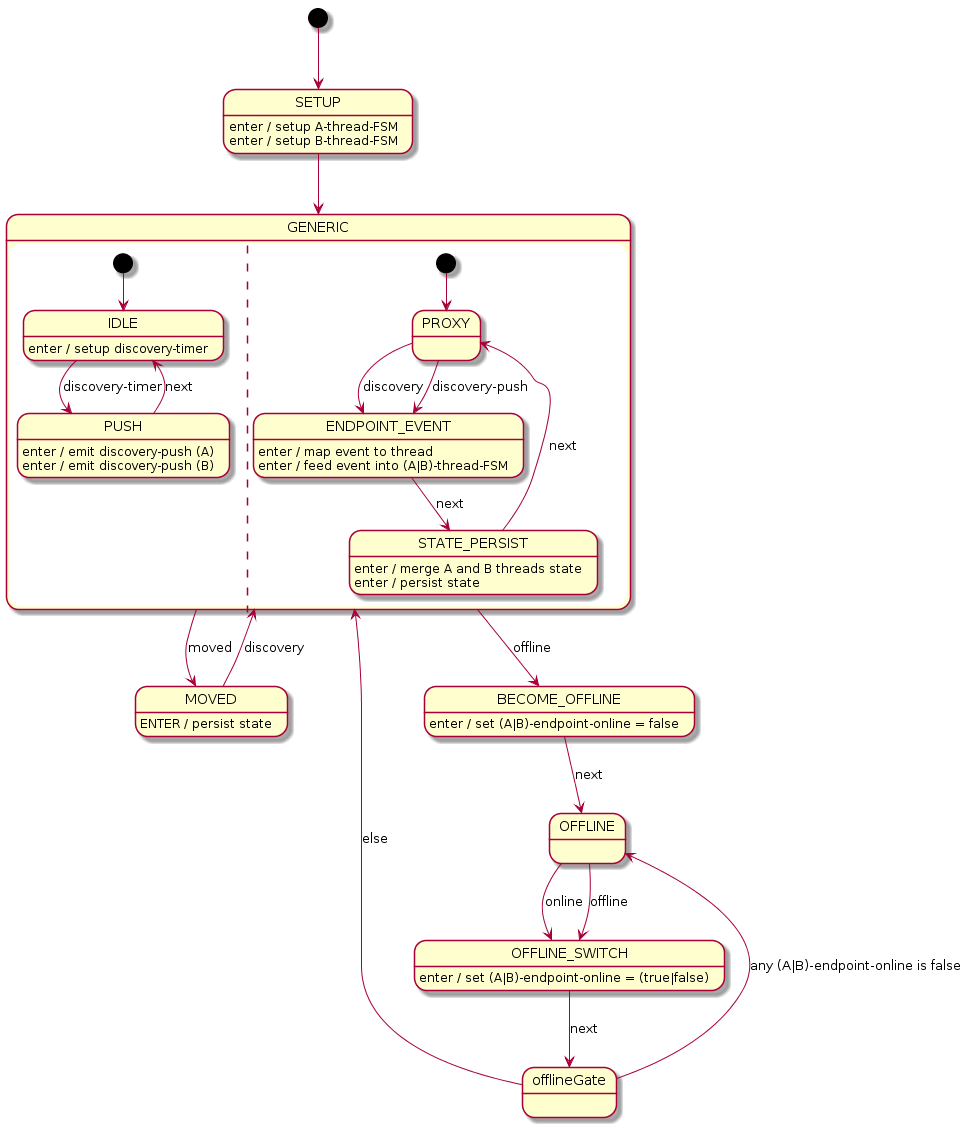
Above: docs/design/network-discovery/ISL-FSM.png in jangwonpark74/open-kilda (PlantUML), before the change. Source of this version:
```plantuml
@startuml
[*] --> SETUP

SETUP --> GENERIC
SETUP : enter / setup A-thread-FSM
SETUP : enter / setup B-thread-FSM

state GENERIC {

    [*] --> IDLE

    IDLE : enter / setup discovery-timer
    IDLE --> PUSH : discovery-timer

    PUSH --> IDLE : next
    PUSH : enter / emit discovery-push (A)
    PUSH : enter / emit discovery-push (B)

    ||

    [*] --> PROXY

    PROXY --> ENDPOINT_EVENT : discovery
    PROXY --> ENDPOINT_EVENT : discovery-push

    ENDPOINT_EVENT --> STATE_PERSIST : next
    ENDPOINT_EVENT : enter / map event to thread
    ENDPOINT_EVENT : enter / feed event into (A|B)-thread-FSM

    STATE_PERSIST --> PROXY : next
    STATE_PERSIST : enter / merge A and B threads state
    STATE_PERSIST : enter / persist state
}

GENERIC --> MOVED : moved
GENERIC --> BECOME_OFFLINE : offline

MOVED --> GENERIC : discovery
MOVED : ENTER / persist state

BECOME_OFFLINE --> OFFLINE : next
BECOME_OFFLINE : enter / set (A|B)-endpoint-online = false

OFFLINE --> OFFLINE_SWITCH : online
OFFLINE --> OFFLINE_SWITCH : offline

OFFLINE_SWITCH --> offlineGate : next
OFFLINE_SWITCH : enter / set (A|B)-endpoint-online = (true|false)

state offlineGate <<choice>>
offlineGate --> OFFLINE : any (A|B)-endpoint-online is false
offlineGate --> GENERIC : else

@enduml
```
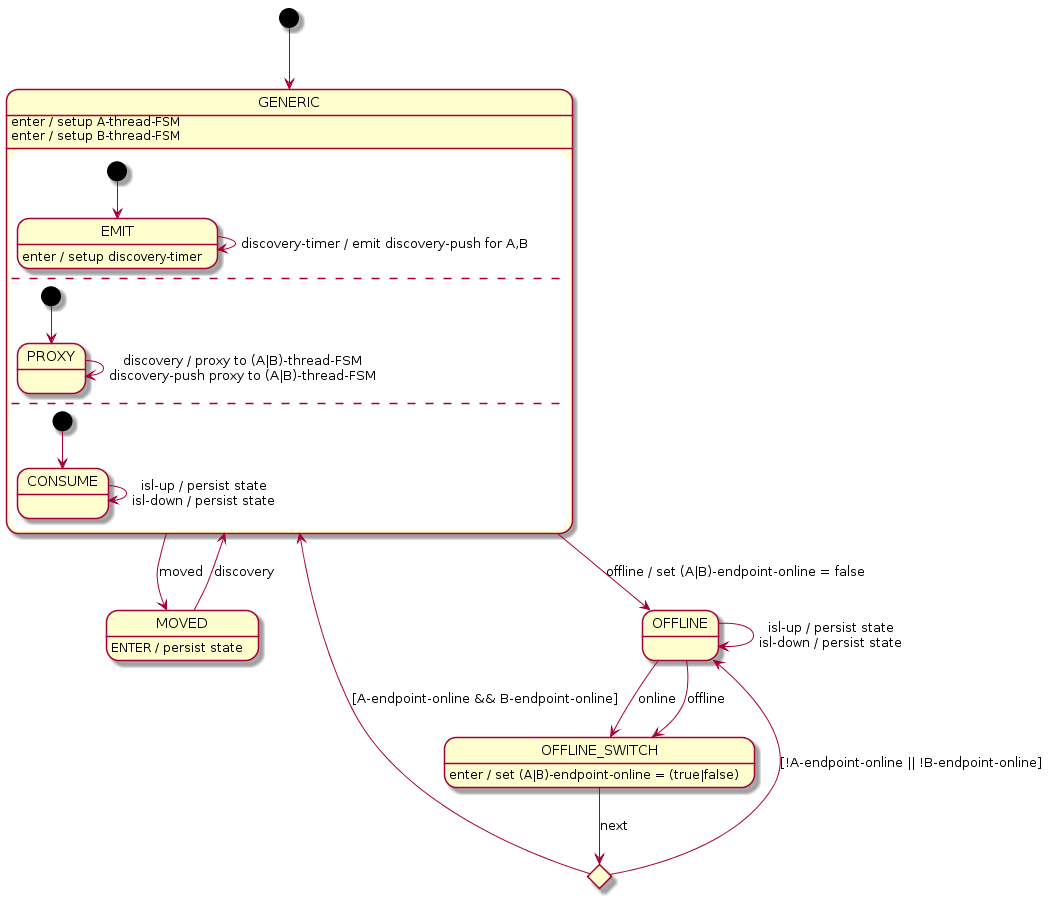
Later version of the same file.

The edit, as a diff of the source:
```diff
@@ -1,54 +1,44 @@
 @startuml
-[*] --> SETUP
-
-SETUP --> GENERIC
-SETUP : enter / setup A-thread-FSM
-SETUP : enter / setup B-thread-FSM
+[*] --> GENERIC
 
 state GENERIC {
+    GENERIC : enter / setup A-thread-FSM
+    GENERIC : enter / setup B-thread-FSM
 
-    [*] --> IDLE
+    [*] --> EMIT
 
-    IDLE : enter / setup discovery-timer
-    IDLE --> PUSH : discovery-timer
+    EMIT --> EMIT : discovery-timer / emit discovery-push for A,B
+    EMIT : enter / setup discovery-timer
 
-    PUSH --> IDLE : next
-    PUSH : enter / emit discovery-push (A)
-    PUSH : enter / emit discovery-push (B)
-
-    ||
+    --
 
     [*] --> PROXY
 
-    PROXY --> ENDPOINT_EVENT : discovery
-    PROXY --> ENDPOINT_EVENT : discovery-push
+    PROXY --> PROXY : discovery / proxy to (A|B)-thread-FSM\ndiscovery-push proxy to (A|B)-thread-FSM
 
-    ENDPOINT_EVENT --> STATE_PERSIST : next
-    ENDPOINT_EVENT : enter / map event to thread
-    ENDPOINT_EVENT : enter / feed event into (A|B)-thread-FSM
+    --
 
-    STATE_PERSIST --> PROXY : next
-    STATE_PERSIST : enter / merge A and B threads state
-    STATE_PERSIST : enter / persist state
+    [*] --> CONSUME
+
+    CONSUME --> CONSUME : isl-up / persist state\nisl-down / persist state
 }
 
 GENERIC --> MOVED : moved
-GENERIC --> BECOME_OFFLINE : offline
+GENERIC --> OFFLINE : offline / set (A|B)-endpoint-online = false
 
 MOVED --> GENERIC : discovery
 MOVED : ENTER / persist state
 
-BECOME_OFFLINE --> OFFLINE : next
-BECOME_OFFLINE : enter / set (A|B)-endpoint-online = false
-
+OFFLINE --> OFFLINE : isl-up / persist state\nisl-down / persist state
 OFFLINE --> OFFLINE_SWITCH : online
 OFFLINE --> OFFLINE_SWITCH : offline
+
+state offlineGate <<choice>>
 
 OFFLINE_SWITCH --> offlineGate : next
 OFFLINE_SWITCH : enter / set (A|B)-endpoint-online = (true|false)
 
-state offlineGate <<choice>>
-offlineGate --> OFFLINE : any (A|B)-endpoint-online is false
-offlineGate --> GENERIC : else
+offlineGate --> OFFLINE : [!A-endpoint-online || !B-endpoint-online]
+offlineGate --> GENERIC : [A-endpoint-online && B-endpoint-online]
 
 @enduml
```
